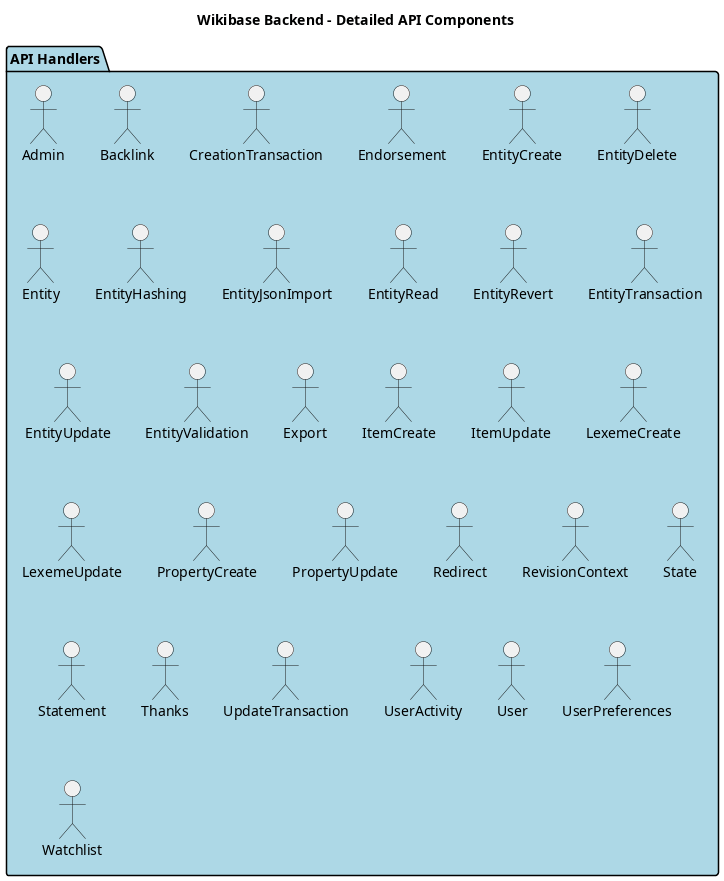
dpriskorn/entitybase-backend keeps this PlantUML diagram as doc/DIAGRAMS/png/detailed_api_components.png. Above is the earlier version.
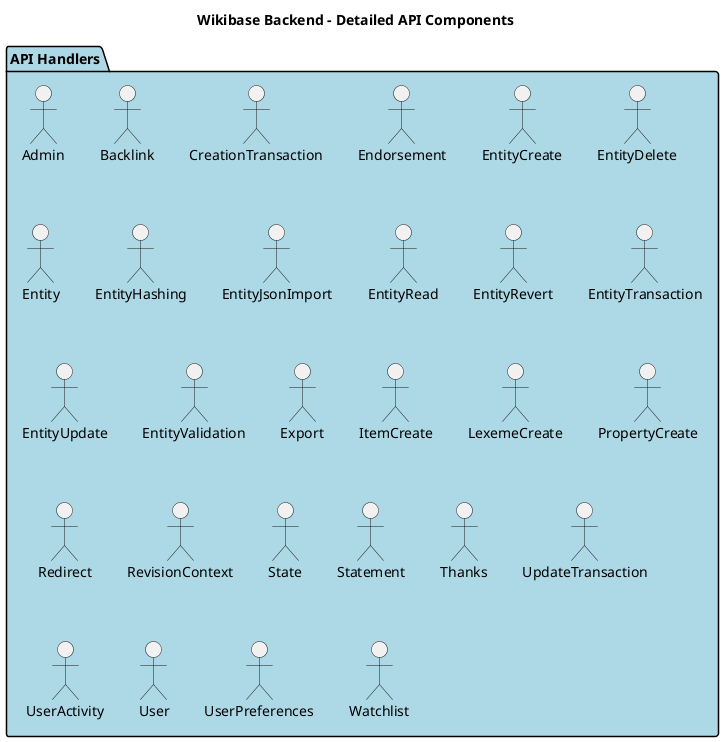
Later version of the same file.

Change to the diagram source:
```diff
@@ -19,11 +19,8 @@
     "EntityValidation" as EntityValidationService
     "Export" as ExportHandler
     "ItemCreate" as ItemCreateHandler
-    "ItemUpdate" as ItemUpdateHandler
     "LexemeCreate" as LexemeCreateHandler
-    "LexemeUpdate" as LexemeUpdateHandler
     "PropertyCreate" as PropertyCreateHandler
-    "PropertyUpdate" as PropertyUpdateHandler
     "Redirect" as RedirectHandler
     "RevisionContext" as RevisionContext
     "State" as StateHandler
```
